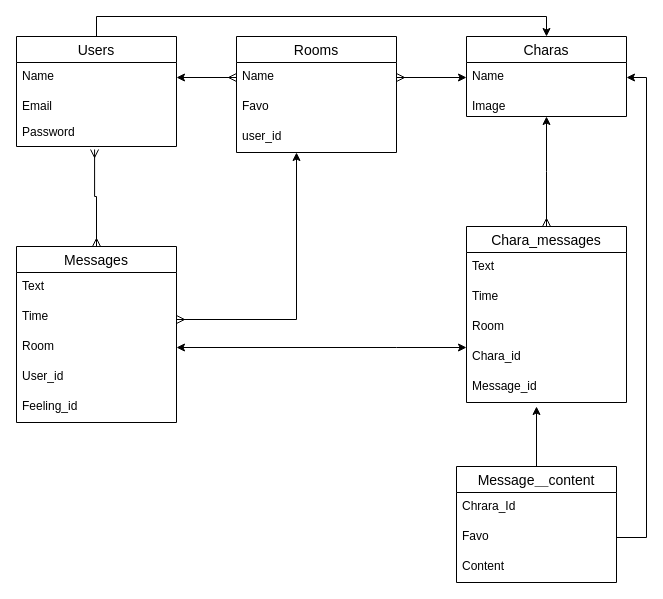
deratokati88/chat-i keeps this draw.io diagram as er.dio. Above is the earlier version. Source tidied: cells renumbered, new cells numbered last; positions are measured from the earlier drawing's top-left corner, leaving out a move shared by most shapes. Both pictures are drawn from the tidied source at 100%, with x=0, y=0 at pixel (16, 16).
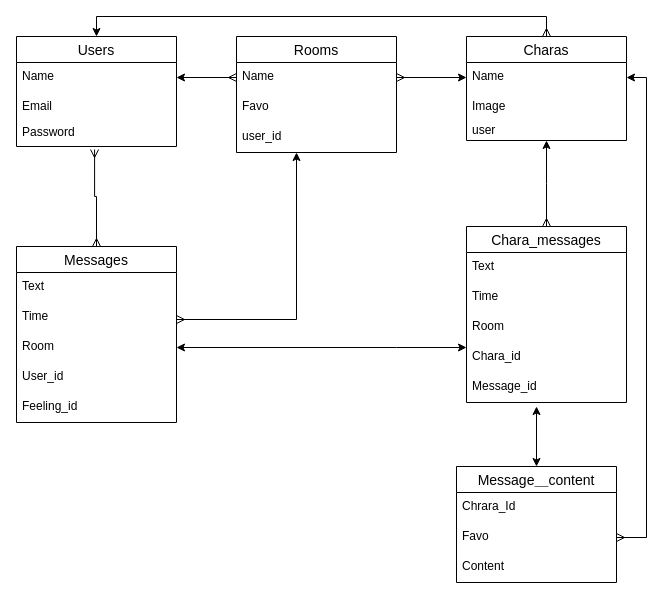
Above is the later version.

The change refers to these unchanged cells:
```xml
<mxCell id="3" value="Users" style="swimlane;fontStyle=0;horizontal=1;startSize=26;align=center;fontSize=14;" parent="1" vertex="1">
  <mxGeometry y="20" width="160" height="110" as="geometry" />
</mxCell>
<mxCell id="13" value="Name" style="text;strokeColor=none;fillColor=none;spacingLeft=4;spacingRight=4;overflow=hidden;points=[[0,0.5],[1,0.5]];portConstraint=eastwest;fontSize=12;" parent="12" vertex="1">
  <mxGeometry y="26" width="160" height="30" as="geometry" />
</mxCell>
<mxCell id="33" value="Message＿content" style="swimlane;fontStyle=0;horizontal=1;startSize=26;align=center;fontSize=14;" parent="1" vertex="1">
  <mxGeometry x="440" y="450" width="160" height="116" as="geometry" />
</mxCell>
<mxCell id="35" value="Favo" style="text;strokeColor=none;fillColor=none;spacingLeft=4;spacingRight=4;overflow=hidden;points=[[0,0.5],[1,0.5]];portConstraint=eastwest;fontSize=12;" parent="33" vertex="1">
  <mxGeometry y="56" width="160" height="30" as="geometry" />
</mxCell>
```

The edit, as a diff of the source:
```diff
@@
-    <mxCell id="2" style="edgeStyle=orthogonalEdgeStyle;rounded=0;jettySize=auto;html=1;entryX=0.5;entryY=0;entryDx=0;entryDy=0;" parent="1" edge="1" source="3" target="12">
+    <mxCell id="2" style="edgeStyle=orthogonalEdgeStyle;rounded=0;jettySize=auto;html=1;entryX=0.5;entryY=0;entryDx=0;entryDy=0;endArrow=ERmany;endFill=0;startArrow=classic;startFill=1;" parent="1" edge="1" source="3" target="12">
       <mxGeometry relative="1" as="geometry">
         <Array as="points">
           <mxPoint x="80" />
           <mxPoint x="530" />
         </Array>
       </mxGeometry>
     </mxCell>
@@
     <mxCell id="12" value="Charas" style="swimlane;fontStyle=0;horizontal=1;startSize=26;align=center;fontSize=14;" parent="1" vertex="1">
-      <mxGeometry x="450" y="20" width="160" height="80" as="geometry" />
+      <mxGeometry x="450" y="20" width="160" height="104" as="geometry" />
     </mxCell>
@@
+    <mxCell id="38" value="user" style="text;strokeColor=none;fillColor=none;spacingLeft=4;spacingRight=4;overflow=hidden;fontSize=12;" parent="12" vertex="1">
+      <mxGeometry y="80" width="160" height="24" as="geometry" />
+    </mxCell>
@@
-    <mxCell id="32" style="edgeStyle=orthogonalEdgeStyle;rounded=0;jettySize=auto;html=1;" parent="1" edge="1" source="33">
+    <mxCell id="32" style="edgeStyle=orthogonalEdgeStyle;rounded=0;jettySize=auto;html=1;startArrow=classic;startFill=1;" parent="1" edge="1" source="33">
       <mxGeometry relative="1" as="geometry">
         <mxPoint x="520" y="390" as="targetPoint" />
       </mxGeometry>
     </mxCell>
@@
-    <mxCell id="37" style="edgeStyle=orthogonalEdgeStyle;rounded=0;jettySize=auto;html=1;entryX=1;entryY=0.5;entryDx=0;entryDy=0;" parent="1" edge="1" source="35" target="13">
+    <mxCell id="37" style="edgeStyle=orthogonalEdgeStyle;rounded=0;jettySize=auto;html=1;entryX=1;entryY=0.5;entryDx=0;entryDy=0;startArrow=ERmany;startFill=0;" parent="1" edge="1" source="35" target="13">
       <mxGeometry relative="1" as="geometry" />
     </mxCell>
```
